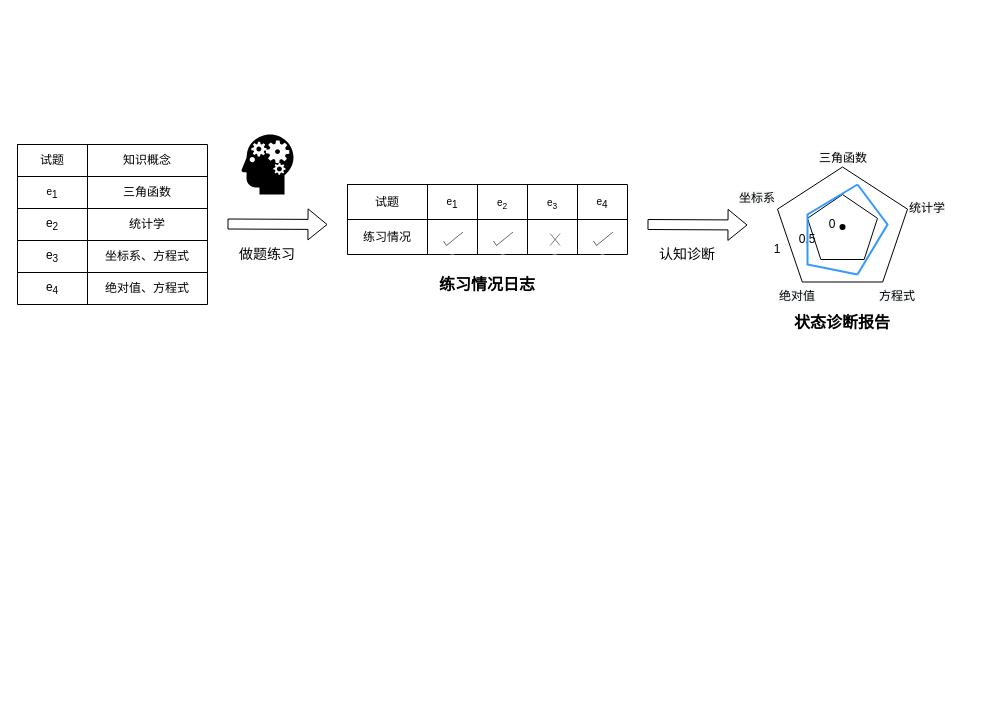
This is Untitled Diagram.drawio from 19170323/19170323.github.io, a draw.io file, before an edit. Source tidied: cells renumbered, new cells numbered last; positions are measured from the earlier drawing's top-left corner, leaving out a move shared by most shapes. Both pictures are drawn from the tidied source at 100%, with x=0, y=0 at pixel (17, 24).
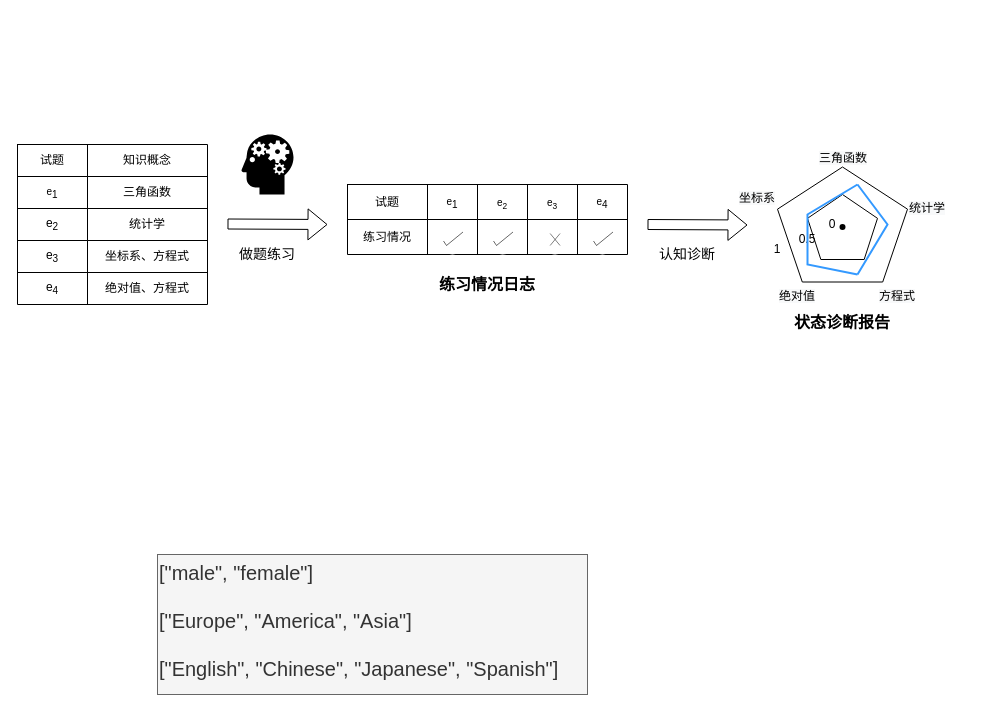
The same diagram, later.

Change to the diagram source:
```diff
@@
+    <mxCell id="56" value="&lt;font style=&quot;font-size: 20px&quot;&gt;[&quot;male&quot;, &quot;female&quot;]&lt;br&gt;&lt;br&gt;[&quot;Europe&quot;, &quot;America&quot;, &quot;Asia&quot;]&lt;br&gt;&lt;br&gt;[&quot;English&quot;, &quot;Chinese&quot;, &quot;Japanese&quot;, &quot;Spanish&quot;]&lt;/font&gt;" style="text;whiteSpace=wrap;html=1;fillColor=#f5f5f5;strokeColor=#666666;fontColor=#333333;" parent="1" vertex="1">
+      <mxGeometry x="140" y="530" width="430" height="140" as="geometry" />
+    </mxCell>
```
